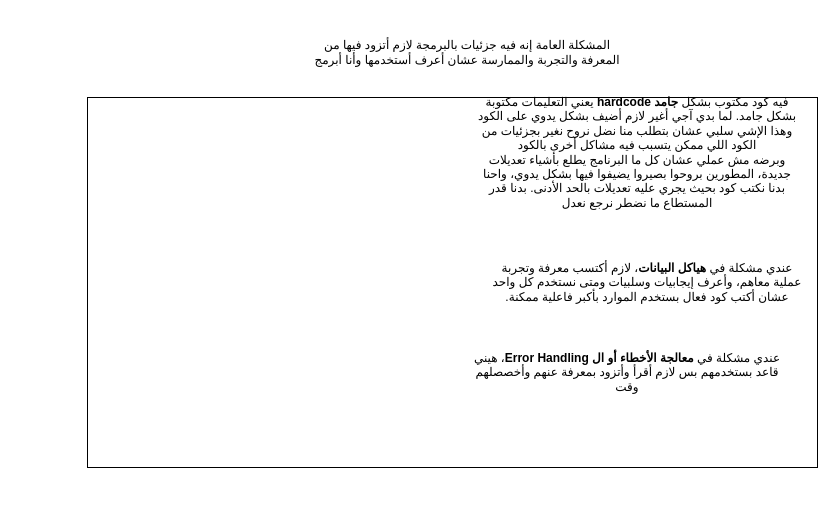
The draw.io diagram page "مشاكل الكود اللي بكتبه" (4 of 6) of ToDoList App.drawio in AbdallahDaradkeh-1/ToDoList-App, before the edit. Source tidied: cells renumbered, new cells numbered last; positions are measured from the earlier drawing's top-left corner, leaving out a move shared by most shapes. Both pictures are drawn from the tidied source at 100%, with x=0, y=0 at pixel (87, 17).
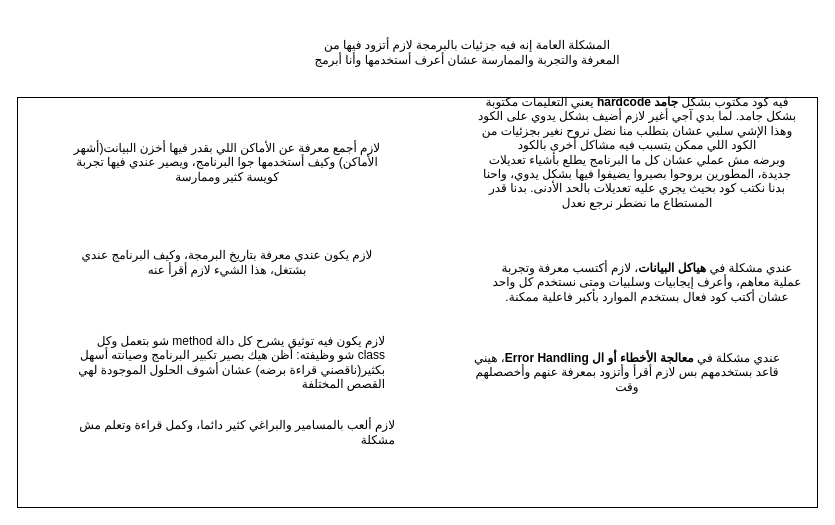
The same diagram, later.

What changed in the source:
```diff
@@
 <mxGraphModel>
   <root>
     <mxCell id="0" />
     <mxCell id="1" parent="0" />
     <mxCell id="2" style="rounded=0;whiteSpace=wrap;html=1;" parent="1" vertex="1">
-      <mxGeometry y="80" width="730" height="370" as="geometry" />
+      <mxGeometry x="-70" y="80" width="800" height="410" as="geometry" />
     </mxCell>
     <mxCell id="3" value="&lt;div style=&quot;direction: rtl;&quot;&gt;&lt;span style=&quot;background-color: transparent; color: light-dark(rgb(0, 0, 0), rgb(255, 255, 255));&quot;&gt;فيه كود مكتوب بشكل &lt;b&gt;جامد &lt;/b&gt;&lt;b&gt;hardcode &lt;/b&gt;يعني التعليمات مكتوبة بشكل جامد. لما بدي آجي أغير لازم أضيف بشكل يدوي على الكود وهذا الإشي سلبي عشان بتطلب منا نضل نروح نغير بجزئيات من الكود اللي ممكن يتسبب فيه مشاكل أخرى بالكود&lt;br&gt;وبرضه مش عملي عشان كل ما البرنامج يطلع بأشياء تعديلات جديدة، المطورين بروحوا بصيروا يضيفوا فيها بشكل يدوي، واحنا بدنا نكتب كود بحيث يجري عليه تعديلات بالحد الأدنى. بدنا قدر المستطاع ما نضطر نرجع نعدل&lt;/span&gt;&lt;/div&gt;" style="text;html=1;whiteSpace=wrap;strokeColor=none;fillColor=none;align=center;verticalAlign=middle;rounded=0;" parent="1" vertex="1">
       <mxGeometry x="390" y="100" width="320" height="70" as="geometry" />
     </mxCell>
     <mxCell id="4" value="&lt;div style=&quot;direction: rtl;&quot;&gt;&lt;span style=&quot;background-color: transparent; color: light-dark(rgb(0, 0, 0), rgb(255, 255, 255));&quot;&gt;عندي مشكلة في &lt;b&gt;معالجة الأخطاء أو ال Error Handling&lt;/b&gt;، هيني قاعد بستخدمهم بس لازم أقرأ وأتزود بمعرفة عنهم وأخصصلهم وقت&lt;/span&gt;&lt;/div&gt;" style="text;html=1;whiteSpace=wrap;strokeColor=none;fillColor=none;align=center;verticalAlign=middle;rounded=0;" parent="1" vertex="1">
       <mxGeometry x="380" y="320" width="320" height="70" as="geometry" />
     </mxCell>
     <mxCell id="5" value="&lt;div style=&quot;direction: rtl;&quot;&gt;&lt;span style=&quot;background-color: transparent; color: light-dark(rgb(0, 0, 0), rgb(255, 255, 255));&quot;&gt;عندي مشكلة في &lt;b&gt;هياكل البيانات&lt;/b&gt;، لازم أكتسب معرفة وتجربة عملية معاهم، وأعرف إيجابيات وسلبيات ومتى نستخدم كل واحد عشان أكتب كود فعال بستخدم الموارد بأكبر فاعلية ممكنة.&lt;/span&gt;&lt;/div&gt;" style="text;html=1;whiteSpace=wrap;strokeColor=none;fillColor=none;align=center;verticalAlign=middle;rounded=0;" parent="1" vertex="1">
       <mxGeometry x="400" y="230" width="320" height="70" as="geometry" />
     </mxCell>
     <mxCell id="6" value="&lt;div style=&quot;direction: rtl;&quot;&gt;المشكلة العامة إنه فيه جزئيات بالبرمجة لازم أتزود فيها من المعرفة والتجربة والممارسة عشان أعرف أستخدمها وأنا أبرمج&lt;/div&gt;" style="text;html=1;whiteSpace=wrap;strokeColor=none;fillColor=none;align=center;verticalAlign=middle;rounded=0;" parent="1" vertex="1">
       <mxGeometry x="220" width="320" height="70" as="geometry" />
     </mxCell>
+    <mxCell id="7" value="&lt;div style=&quot;direction: rtl;&quot;&gt;لازم أجمع معرفة عن الأماكن اللي بقدر فيها أخزن البيانت(أشهر الأماكن) وكيف أستخدمها جوا البرنامج، ويصير عندي فيها تجربة كويسة كثير وممارسة&lt;/div&gt;" style="text;html=1;whiteSpace=wrap;strokeColor=none;fillColor=none;align=center;verticalAlign=middle;rounded=0;" parent="1" vertex="1">
+      <mxGeometry x="-20" y="110" width="320" height="70" as="geometry" />
+    </mxCell>
+    <mxCell id="8" value="لازم يكون عندي معرفة بتاريخ البرمجة، وكيف البرنامج عندي بشتغل، هذا الشيء لازم أقرأ عنه" style="text;html=1;whiteSpace=wrap;strokeColor=none;fillColor=none;align=center;verticalAlign=middle;rounded=0;" parent="1" vertex="1">
+      <mxGeometry x="-20" y="210" width="320" height="70" as="geometry" />
+    </mxCell>
+    <mxCell id="9" value="&lt;div style=&quot;direction: rtl;&quot;&gt;لازم يكون فيه توثيق يشرح كل دالة method شو بتعمل وكل class شو وظيفته: أظن هيك بصير تكبير البرنامج وصيانته أسهل بكثير(ناقصني قراءة برضه) عشان أشوف الحلول الموجودة لهي القصص المختلفة&lt;/div&gt;" style="text;html=1;whiteSpace=wrap;strokeColor=none;fillColor=none;align=right;verticalAlign=middle;rounded=0;" parent="1" vertex="1">
+      <mxGeometry x="-20" y="310" width="320" height="70" as="geometry" />
+    </mxCell>
+    <mxCell id="10" value="لازم ألعب بالمسامير والبراغي كثير دائما، وكمل قراءة وتعلم مش مشكلة" style="text;html=1;whiteSpace=wrap;strokeColor=none;fillColor=none;align=right;verticalAlign=middle;rounded=0;" parent="1" vertex="1">
+      <mxGeometry x="-10" y="380" width="320" height="70" as="geometry" />
+    </mxCell>
   </root>
 </mxGraphModel>
```
